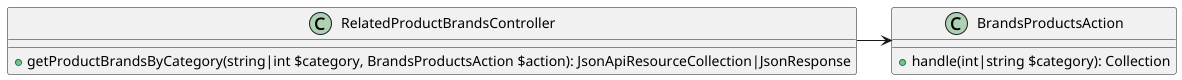
Above: docs/uml/modules/brand/related_products_feature/related_products_brands.png in BackLoveEnd/Expelliarmus-Market (PlantUML), before the change.
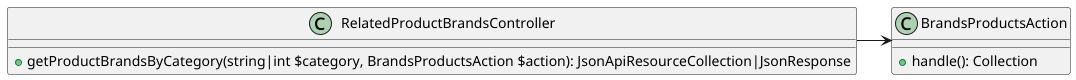
After the commit.

Change to the diagram source:
```diff
@@ -5,7 +5,7 @@
 }
 
 class BrandsProductsAction {
-    + handle(int|string $category): Collection
+    + handle(): Collection
 }
 
 RelatedProductBrandsController -> BrandsProductsAction
```
